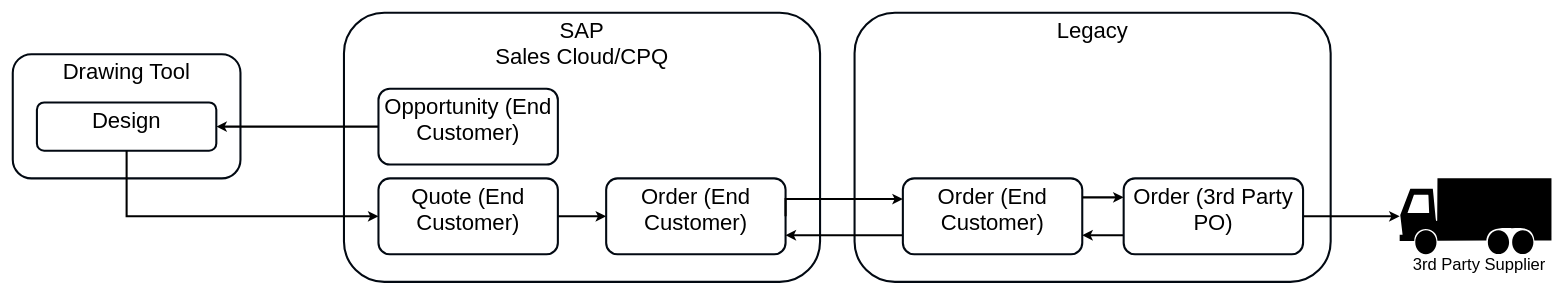
Earlier version of the draw.io diagram page "Quote to Order Flow -Franchise 3rd Party (Approved)" (10 of 12) of Franchise.drawio (mrf742002/Diagrams). Source tidied: cells renumbered, new cells numbered last; positions are measured from the earlier drawing's top-left corner, leaving out a move shared by most shapes. Both pictures are drawn from the tidied source at 69%, with x=0, y=0 at pixel (12, 12).
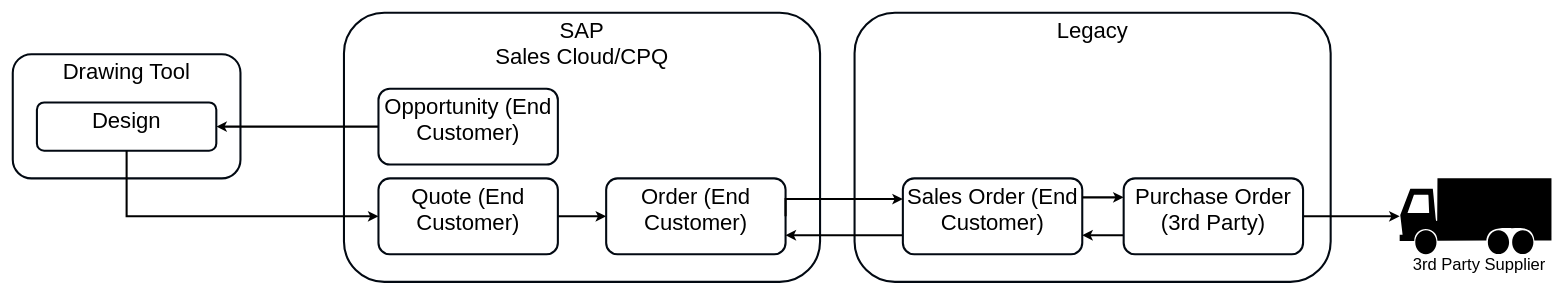
Above is the later version.

The edit, as a diff of the source:
```diff
@@
-    <mxCell id="13" value="&lt;span style=&quot;font-size: 32px&quot;&gt;Order (End Customer)&lt;/span&gt;" style="rounded=1;whiteSpace=wrap;html=1;verticalAlign=top;strokeWidth=3;strokeColor=#020912;" parent="1" vertex="1">
+    <mxCell id="13" value="&lt;span style=&quot;font-size: 32px&quot;&gt;Sales Order (End Customer)&lt;/span&gt;" style="rounded=1;whiteSpace=wrap;html=1;verticalAlign=top;strokeWidth=3;strokeColor=#020912;" parent="1" vertex="1">
       <mxGeometry x="1290" y="240" width="260" height="110" as="geometry" />
     </mxCell>
@@
-    <mxCell id="17" value="&lt;span style=&quot;font-size: 32px&quot;&gt;Order (3rd Party PO)&lt;/span&gt;" style="rounded=1;whiteSpace=wrap;html=1;verticalAlign=top;strokeWidth=3;strokeColor=#020912;" parent="1" vertex="1">
+    <mxCell id="17" value="&lt;span style=&quot;font-size: 32px&quot;&gt;Purchase Order (3rd Party)&lt;/span&gt;" style="rounded=1;whiteSpace=wrap;html=1;verticalAlign=top;strokeWidth=3;strokeColor=#020912;" parent="1" vertex="1">
       <mxGeometry x="1610" y="240" width="260" height="110" as="geometry" />
     </mxCell>
```
